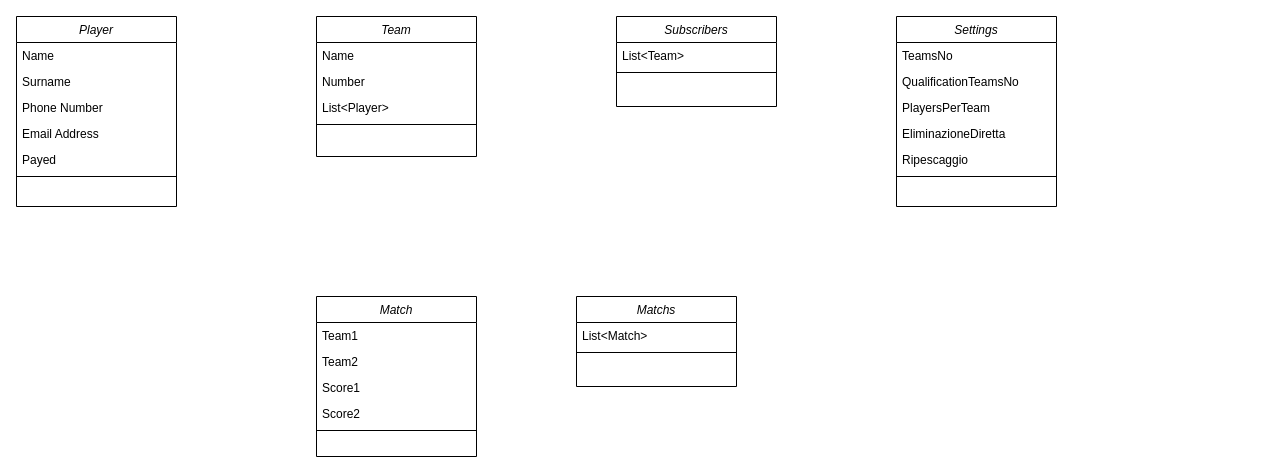
shhhock/BeerPong-Tournament keeps this draw.io diagram as Documents/beerpong-tournament.drawio. Above is the earlier version. Source tidied: cells renumbered, new cells numbered last; positions are measured from the earlier drawing's top-left corner, leaving out a move shared by most shapes. Both pictures are drawn from the tidied source at 100%, with x=0, y=0 at pixel (16, 16).
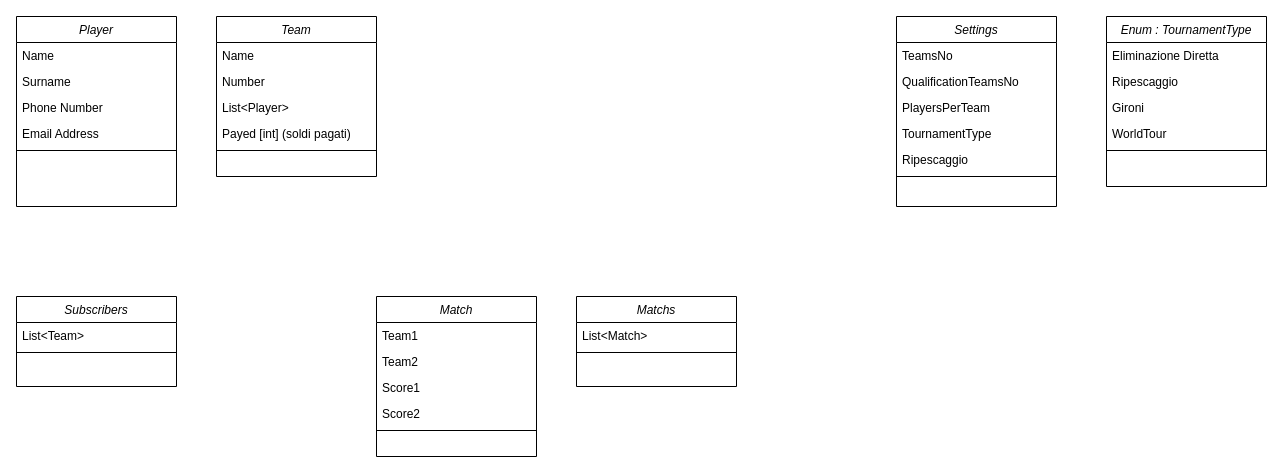
The same page after the edit.

Unchanged cells that the change refers to:
```xml
<mxCell id="2" value="Player" style="swimlane;fontStyle=2;align=center;verticalAlign=top;horizontal=1;startSize=26;rounded=0;shadow=0;strokeWidth=1;" parent="1" vertex="1">
  <mxGeometry width="160" height="190" as="geometry" />
</mxCell>
<mxCell id="23" value="Settings" style="swimlane;fontStyle=2;align=center;verticalAlign=top;horizontal=1;startSize=26;rounded=0;shadow=0;strokeWidth=1;" parent="1" vertex="1">
  <mxGeometry x="880" width="160" height="190" as="geometry" />
</mxCell>
```

Change to the diagram source:
```diff
@@
-    <mxCell id="7" value="Payed" style="text;align=left;verticalAlign=top;spacingLeft=4;spacingRight=4;overflow=hidden;rounded=0;shadow=0;html=0;" parent="2" vertex="1">
-      <mxGeometry y="130" width="160" height="26" as="geometry" />
-    </mxCell>
     <mxCell id="8" style="line;html=1;strokeWidth=1;align=left;verticalAlign=middle;spacingTop=-1;spacingLeft=3;spacingRight=3;labelPosition=right;" parent="2" vertex="1">
-      <mxGeometry y="156" width="160" height="8" as="geometry" />
+      <mxGeometry y="130" width="160" height="8" as="geometry" />
     </mxCell>
     <mxCell id="9" value="Team" style="swimlane;fontStyle=2;align=center;verticalAlign=top;horizontal=1;startSize=26;rounded=0;shadow=0;strokeWidth=1;" parent="1" vertex="1">
-      <mxGeometry x="300" width="160" height="140" as="geometry" />
+      <mxGeometry x="200" width="160" height="160" as="geometry" />
     </mxCell>
@@
+    <mxCell id="33" value="Payed [int] (soldi pagati)" style="text;align=left;verticalAlign=top;spacingLeft=4;spacingRight=4;overflow=hidden;rounded=0;shadow=0;html=0;" parent="9" vertex="1">
+      <mxGeometry y="104" width="160" height="26" as="geometry" />
+    </mxCell>
     <mxCell id="13" style="line;html=1;strokeWidth=1;align=left;verticalAlign=middle;spacingTop=-1;spacingLeft=3;spacingRight=3;labelPosition=right;" parent="9" vertex="1">
-      <mxGeometry y="104" width="160" height="8" as="geometry" />
+      <mxGeometry y="130" width="160" height="8" as="geometry" />
     </mxCell>
     <mxCell id="14" value="Subscribers" style="swimlane;fontStyle=2;align=center;verticalAlign=top;horizontal=1;startSize=26;rounded=0;shadow=0;strokeWidth=1;" parent="1" vertex="1">
-      <mxGeometry x="600" width="160" height="90" as="geometry" />
+      <mxGeometry y="280" width="160" height="90" as="geometry" />
     </mxCell>
@@
     <mxCell id="17" value="Match" style="swimlane;fontStyle=2;align=center;verticalAlign=top;horizontal=1;startSize=26;rounded=0;shadow=0;strokeWidth=1;" parent="1" vertex="1">
-      <mxGeometry x="300" y="280" width="160" height="160" as="geometry" />
+      <mxGeometry x="360" y="280" width="160" height="160" as="geometry" />
     </mxCell>
@@
-    <mxCell id="27" value="EliminazioneDiretta" style="text;align=left;verticalAlign=top;spacingLeft=4;spacingRight=4;overflow=hidden;rounded=0;shadow=0;html=0;" parent="23" vertex="1">
+    <mxCell id="27" value="TournamentType" style="text;align=left;verticalAlign=top;spacingLeft=4;spacingRight=4;overflow=hidden;rounded=0;shadow=0;html=0;" parent="23" vertex="1">
       <mxGeometry y="104" width="160" height="26" as="geometry" />
     </mxCell>
@@
+    <mxCell id="34" value="Enum : TournamentType" style="swimlane;fontStyle=2;align=center;verticalAlign=top;horizontal=1;startSize=26;rounded=0;shadow=0;strokeWidth=1;" parent="1" vertex="1">
+      <mxGeometry x="1090" width="160" height="170" as="geometry" />
+    </mxCell>
+    <mxCell id="35" value="Eliminazione Diretta" style="text;align=left;verticalAlign=top;spacingLeft=4;spacingRight=4;overflow=hidden;rounded=0;shadow=0;html=0;" parent="34" vertex="1">
+      <mxGeometry y="26" width="160" height="26" as="geometry" />
+    </mxCell>
+    <mxCell id="36" value="Ripescaggio" style="text;align=left;verticalAlign=top;spacingLeft=4;spacingRight=4;overflow=hidden;rounded=0;shadow=0;html=0;" parent="34" vertex="1">
+      <mxGeometry y="52" width="160" height="26" as="geometry" />
+    </mxCell>
+    <mxCell id="37" value="Gironi" style="text;align=left;verticalAlign=top;spacingLeft=4;spacingRight=4;overflow=hidden;rounded=0;shadow=0;html=0;" parent="34" vertex="1">
+      <mxGeometry y="78" width="160" height="26" as="geometry" />
+    </mxCell>
+    <mxCell id="38" value="WorldTour" style="text;align=left;verticalAlign=top;spacingLeft=4;spacingRight=4;overflow=hidden;rounded=0;shadow=0;html=0;" parent="34" vertex="1">
+      <mxGeometry y="104" width="160" height="26" as="geometry" />
+    </mxCell>
+    <mxCell id="39" style="line;html=1;strokeWidth=1;align=left;verticalAlign=middle;spacingTop=-1;spacingLeft=3;spacingRight=3;labelPosition=right;" parent="34" vertex="1">
+      <mxGeometry y="130" width="160" height="8" as="geometry" />
+    </mxCell>
```
